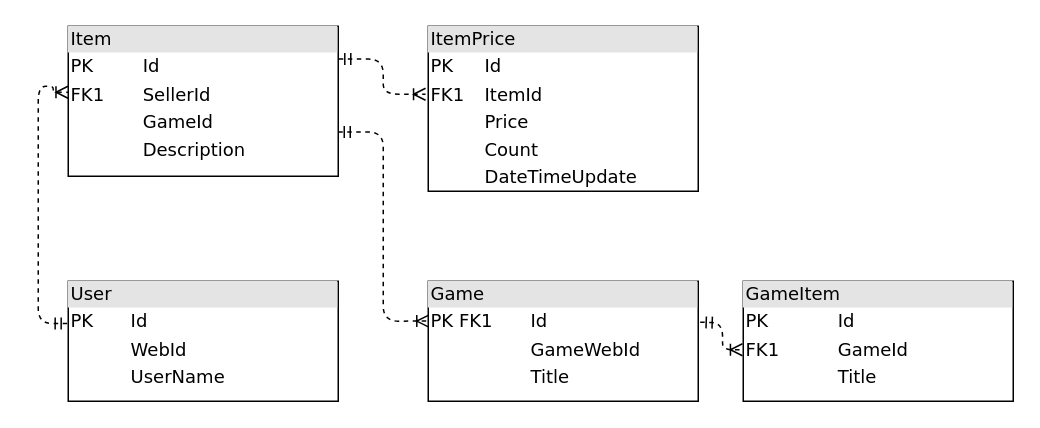
This is Web.Html.Parser.App/schema.drawio from highzor/html-parser-app, a draw.io file, before an edit. Source tidied: cells renumbered, new cells numbered last; positions are measured from the earlier drawing's top-left corner, leaving out a move shared by most shapes. Both pictures are drawn from the tidied source at 150%, with x=0, y=0 at pixel (38, 26).
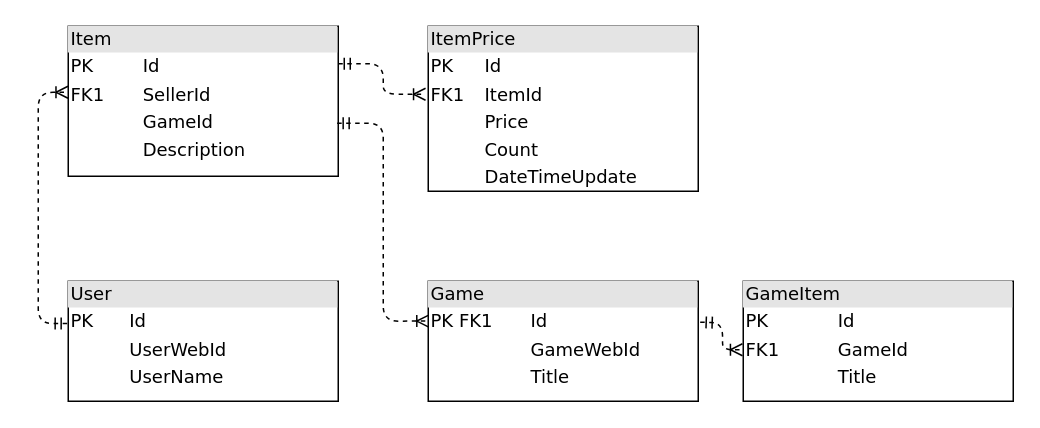
The same page after the edit.

Change to the diagram source:
```diff
@@
 <mxGraphModel>
   <root>
     <mxCell id="0" />
     <mxCell id="1" parent="0" />
     <mxCell id="2" style="edgeStyle=orthogonalEdgeStyle;html=1;dashed=1;labelBackgroundColor=none;startArrow=ERmandOne;endArrow=ERoneToMany;fontFamily=Verdana;fontSize=12;align=left;exitX=-0.004;exitY=0.353;exitDx=0;exitDy=0;exitPerimeter=0;entryX=-0.001;entryY=0.44;entryDx=0;entryDy=0;entryPerimeter=0;" parent="1" edge="1" source="3" target="4">
       <mxGeometry relative="1" as="geometry">
         <Array as="points">
           <mxPoint y="198" />
-          <mxPoint y="40" />
-          <mxPoint x="10" y="40" />
-          <mxPoint x="10" y="44" />
+          <mxPoint y="44" />
         </Array>
       </mxGeometry>
     </mxCell>
-    <mxCell id="3" value="&lt;div style=&quot;box-sizing: border-box ; width: 100% ; background: #e4e4e4 ; padding: 2px&quot;&gt;User&lt;/div&gt;&lt;table style=&quot;width: 100% ; font-size: 1em&quot; cellpadding=&quot;2&quot; cellspacing=&quot;0&quot;&gt;&lt;tbody&gt;&lt;tr&gt;&lt;td&gt;PK&lt;/td&gt;&lt;td&gt;Id&lt;/td&gt;&lt;/tr&gt;&lt;tr&gt;&lt;td&gt;&lt;br&gt;&lt;/td&gt;&lt;td&gt;WebId&lt;/td&gt;&lt;/tr&gt;&lt;tr&gt;&lt;td&gt;&lt;/td&gt;&lt;td&gt;UserName&lt;/td&gt;&lt;/tr&gt;&lt;/tbody&gt;&lt;/table&gt;" style="verticalAlign=top;align=left;overflow=fill;html=1;rounded=0;shadow=0;comic=0;labelBackgroundColor=none;strokeWidth=1;fontFamily=Verdana;fontSize=12;" parent="1" vertex="1">
+    <mxCell id="3" value="&lt;div style=&quot;box-sizing: border-box ; width: 100% ; background: #e4e4e4 ; padding: 2px&quot;&gt;User&lt;/div&gt;&lt;table style=&quot;width: 100% ; font-size: 1em&quot; cellpadding=&quot;2&quot; cellspacing=&quot;0&quot;&gt;&lt;tbody&gt;&lt;tr&gt;&lt;td&gt;PK&lt;/td&gt;&lt;td&gt;Id&lt;/td&gt;&lt;/tr&gt;&lt;tr&gt;&lt;td&gt;&lt;br&gt;&lt;/td&gt;&lt;td&gt;UserWebId&lt;/td&gt;&lt;/tr&gt;&lt;tr&gt;&lt;td&gt;&lt;/td&gt;&lt;td&gt;UserName&lt;/td&gt;&lt;/tr&gt;&lt;/tbody&gt;&lt;/table&gt;" style="verticalAlign=top;align=left;overflow=fill;html=1;rounded=0;shadow=0;comic=0;labelBackgroundColor=none;strokeWidth=1;fontFamily=Verdana;fontSize=12;" parent="1" vertex="1">
       <mxGeometry x="20" y="170" width="180" height="80" as="geometry" />
     </mxCell>
     <mxCell id="4" value="&lt;div style=&quot;box-sizing:border-box;width:100%;background:#e4e4e4;padding:2px;&quot;&gt;Item&lt;/div&gt;&lt;table style=&quot;width:100%;font-size:1em;&quot; cellpadding=&quot;2&quot; cellspacing=&quot;0&quot;&gt;&lt;tbody&gt;&lt;tr&gt;&lt;td&gt;PK&lt;/td&gt;&lt;td&gt;Id&lt;/td&gt;&lt;/tr&gt;&lt;tr&gt;&lt;td&gt;FK1&lt;br&gt;&lt;/td&gt;&lt;td&gt;SellerId&lt;/td&gt;&lt;/tr&gt;&lt;tr&gt;&lt;td&gt;&lt;br&gt;&lt;/td&gt;&lt;td&gt;GameId&lt;/td&gt;&lt;/tr&gt;&lt;tr&gt;&lt;td&gt;&lt;br&gt;&lt;/td&gt;&lt;td&gt;Description&lt;br&gt;&lt;/td&gt;&lt;/tr&gt;&lt;tr&gt;&lt;td&gt;&lt;br&gt;&lt;/td&gt;&lt;td&gt;&lt;br&gt;&lt;/td&gt;&lt;/tr&gt;&lt;/tbody&gt;&lt;/table&gt;" style="verticalAlign=top;align=left;overflow=fill;html=1;rounded=0;shadow=0;comic=0;labelBackgroundColor=none;strokeWidth=1;fontFamily=Verdana;fontSize=12;" parent="1" vertex="1">
       <mxGeometry x="20" width="180" height="100" as="geometry" />
     </mxCell>
     <mxCell id="5" value="&lt;div style=&quot;box-sizing:border-box;width:100%;background:#e4e4e4;padding:2px;&quot;&gt;ItemPrice&lt;/div&gt;&lt;table style=&quot;width:100%;font-size:1em;&quot; cellpadding=&quot;2&quot; cellspacing=&quot;0&quot;&gt;&lt;tbody&gt;&lt;tr&gt;&lt;td&gt;PK&lt;/td&gt;&lt;td&gt;Id&lt;/td&gt;&lt;/tr&gt;&lt;tr&gt;&lt;td&gt;FK1&lt;/td&gt;&lt;td&gt;ItemId&lt;/td&gt;&lt;/tr&gt;&lt;tr&gt;&lt;td&gt;&lt;br&gt;&lt;/td&gt;&lt;td&gt;Price&lt;/td&gt;&lt;/tr&gt;&lt;tr&gt;&lt;td&gt;&lt;br&gt;&lt;/td&gt;&lt;td&gt;Count&lt;br&gt;&lt;/td&gt;&lt;/tr&gt;&lt;tr&gt;&lt;td&gt;&lt;br&gt;&lt;/td&gt;&lt;td&gt;DateTimeUpdate&lt;br&gt;&lt;/td&gt;&lt;/tr&gt;&lt;/tbody&gt;&lt;/table&gt;" style="verticalAlign=top;align=left;overflow=fill;html=1;rounded=0;shadow=0;comic=0;labelBackgroundColor=none;strokeWidth=1;fontFamily=Verdana;fontSize=12;" parent="1" vertex="1">
       <mxGeometry x="260" width="180" height="110" as="geometry" />
     </mxCell>
-    <mxCell id="6" style="edgeStyle=orthogonalEdgeStyle;html=1;dashed=1;labelBackgroundColor=none;startArrow=ERmandOne;endArrow=ERoneToMany;fontFamily=Verdana;fontSize=12;align=left;exitX=1.002;exitY=0.219;exitDx=0;exitDy=0;entryX=-0.01;entryY=0.412;entryDx=0;entryDy=0;entryPerimeter=0;exitPerimeter=0;" parent="1" edge="1" source="4" target="5">
+    <mxCell id="6" style="edgeStyle=orthogonalEdgeStyle;html=1;dashed=1;labelBackgroundColor=none;startArrow=ERmandOne;endArrow=ERoneToMany;fontFamily=Verdana;fontSize=12;align=left;exitX=1;exitY=0.25;exitDx=0;exitDy=0;entryX=-0.01;entryY=0.412;entryDx=0;entryDy=0;entryPerimeter=0;" parent="1" edge="1" source="4" target="5">
       <mxGeometry x="0.49" y="-187" relative="1" as="geometry">
         <mxPoint x="-27" y="98" as="offset" />
       </mxGeometry>
     </mxCell>
     <mxCell id="7" value="&lt;div style=&quot;box-sizing:border-box;width:100%;background:#e4e4e4;padding:2px;&quot;&gt;Game&lt;/div&gt;&lt;table style=&quot;width:100%;font-size:1em;&quot; cellpadding=&quot;2&quot; cellspacing=&quot;0&quot;&gt;&lt;tbody&gt;&lt;tr&gt;&lt;td&gt;PK FK1&lt;/td&gt;&lt;td&gt;Id&lt;/td&gt;&lt;/tr&gt;&lt;tr&gt;&lt;td&gt;&lt;br&gt;&lt;/td&gt;&lt;td&gt;GameWebId&lt;/td&gt;&lt;/tr&gt;&lt;tr&gt;&lt;td&gt;&lt;br&gt;&lt;/td&gt;&lt;td&gt;Title&lt;/td&gt;&lt;/tr&gt;&lt;/tbody&gt;&lt;/table&gt;" style="verticalAlign=top;align=left;overflow=fill;html=1;rounded=0;shadow=0;comic=0;labelBackgroundColor=none;strokeWidth=1;fontFamily=Verdana;fontSize=12;" parent="1" vertex="1">
       <mxGeometry x="260" y="170" width="180" height="80" as="geometry" />
     </mxCell>
-    <mxCell id="8" style="edgeStyle=orthogonalEdgeStyle;html=1;dashed=1;labelBackgroundColor=none;startArrow=ERmandOne;endArrow=ERoneToMany;fontFamily=Verdana;fontSize=12;align=left;exitX=1;exitY=0.705;exitDx=0;exitDy=0;entryX=0.002;entryY=0.332;entryDx=0;entryDy=0;entryPerimeter=0;exitPerimeter=0;" parent="1" edge="1" source="4" target="7">
+    <mxCell id="8" style="edgeStyle=orthogonalEdgeStyle;html=1;dashed=1;labelBackgroundColor=none;startArrow=ERmandOne;endArrow=ERoneToMany;fontFamily=Verdana;fontSize=12;align=left;exitX=0.996;exitY=0.646;exitDx=0;exitDy=0;entryX=0.002;entryY=0.332;entryDx=0;entryDy=0;entryPerimeter=0;exitPerimeter=0;" parent="1" edge="1" source="4" target="7">
       <mxGeometry x="0.49" y="-187" relative="1" as="geometry">
         <mxPoint x="-27" y="98" as="offset" />
       </mxGeometry>
     </mxCell>
     <mxCell id="9" value="&lt;div style=&quot;box-sizing:border-box;width:100%;background:#e4e4e4;padding:2px;&quot;&gt;GameItem&lt;/div&gt;&lt;table style=&quot;width:100%;font-size:1em;&quot; cellpadding=&quot;2&quot; cellspacing=&quot;0&quot;&gt;&lt;tbody&gt;&lt;tr&gt;&lt;td&gt;PK&lt;/td&gt;&lt;td&gt;Id&lt;/td&gt;&lt;/tr&gt;&lt;tr&gt;&lt;td&gt;FK1&lt;br&gt;&lt;/td&gt;&lt;td&gt;GameId&lt;/td&gt;&lt;/tr&gt;&lt;tr&gt;&lt;td&gt;&lt;br&gt;&lt;/td&gt;&lt;td&gt;Title&lt;/td&gt;&lt;/tr&gt;&lt;/tbody&gt;&lt;/table&gt;" style="verticalAlign=top;align=left;overflow=fill;html=1;rounded=0;shadow=0;comic=0;labelBackgroundColor=none;strokeWidth=1;fontFamily=Verdana;fontSize=12;" parent="1" vertex="1">
       <mxGeometry x="470" y="170" width="180" height="80" as="geometry" />
     </mxCell>
     <mxCell id="10" style="edgeStyle=orthogonalEdgeStyle;html=1;dashed=1;labelBackgroundColor=none;startArrow=ERmandOne;endArrow=ERoneToMany;fontFamily=Verdana;fontSize=12;align=left;exitX=1.007;exitY=0.316;exitDx=0;exitDy=0;exitPerimeter=0;entryX=-0.003;entryY=0.571;entryDx=0;entryDy=0;entryPerimeter=0;" parent="1" edge="1" target="9">
       <mxGeometry x="0.49" y="-187" relative="1" as="geometry">
         <mxPoint x="441.3" y="197.3" as="sourcePoint" />
         <mxPoint x="-27" y="98" as="offset" />
       </mxGeometry>
     </mxCell>
   </root>
 </mxGraphModel>
```
